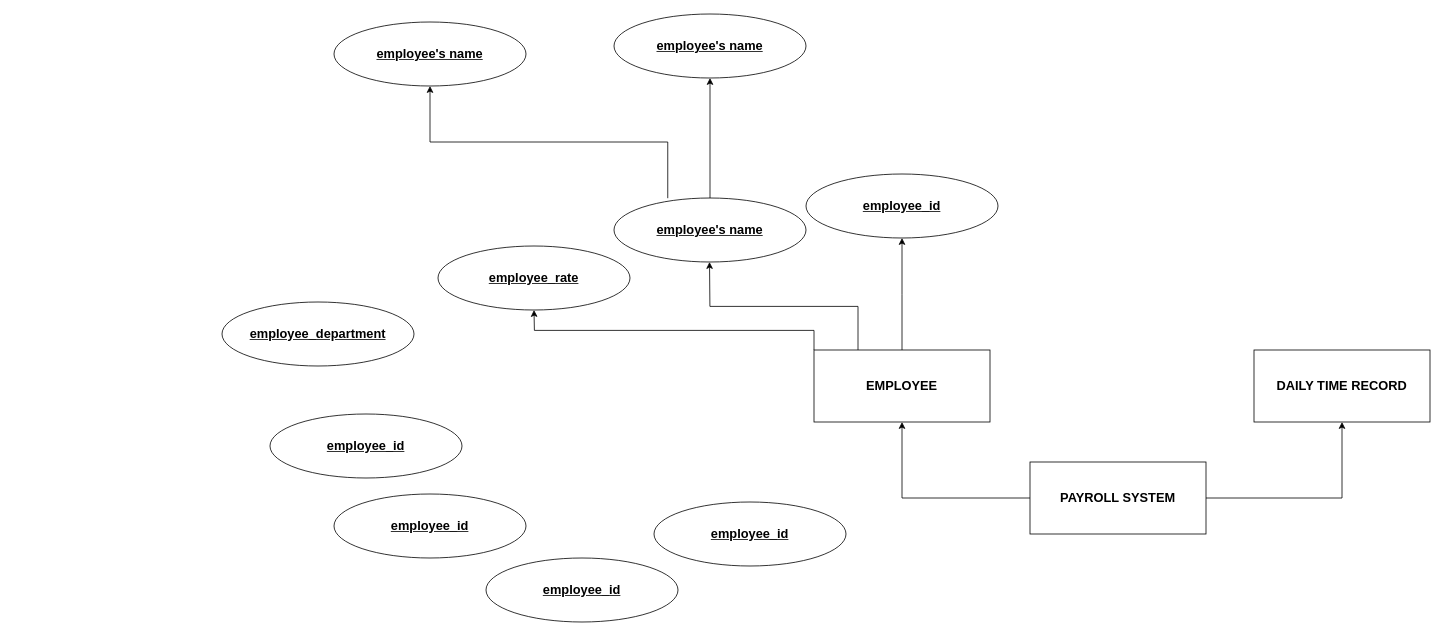
Above: ERD.drawio in Sudaishii/Sys_Flowchart (draw.io), before the change. Source tidied: cells renumbered, new cells numbered last; positions are measured from the earlier drawing's top-left corner, leaving out a move shared by most shapes. Both pictures are drawn from the tidied source at 80%, with x=0, y=0 at pixel (222, 14).
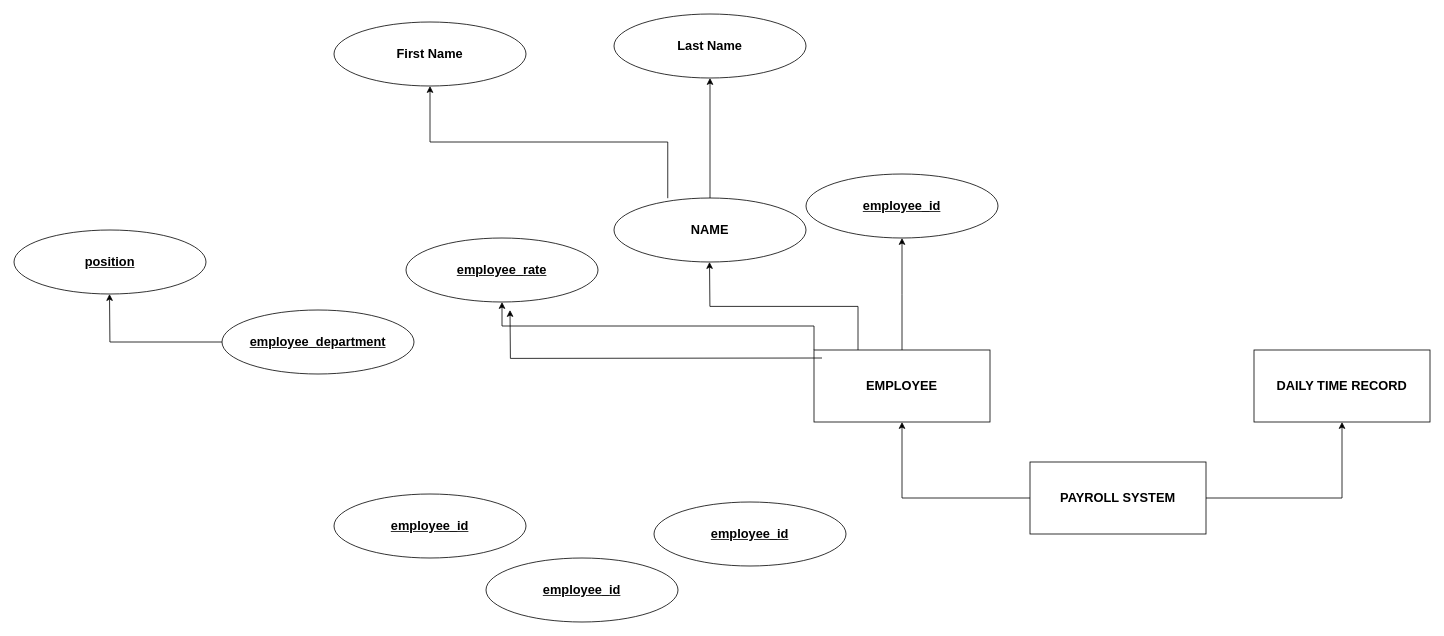
Above is the later version.

The change refers to these unchanged cells:
```xml
<mxCell id="5" value="&lt;font style=&quot;font-size: 16px;&quot;&gt;&lt;b&gt;EMPLOYEE&lt;/b&gt;&lt;/font&gt;" style="whiteSpace=wrap;html=1;align=center;" parent="1" vertex="1">
  <mxGeometry x="740" y="420" width="220" height="90" as="geometry" />
</mxCell>
```

Change to the diagram source:
```diff
@@
-    <mxCell id="9" value="&lt;font style=&quot;font-size: 16px;&quot;&gt;&lt;b&gt;&lt;u&gt;employee's name&lt;/u&gt;&lt;/b&gt;&lt;/font&gt;" style="ellipse;whiteSpace=wrap;html=1;align=center;" parent="1" vertex="1">
+    <mxCell id="9" value="&lt;font style=&quot;font-size: 16px;&quot;&gt;&lt;b&gt;NAME&lt;/b&gt;&lt;/font&gt;" style="ellipse;whiteSpace=wrap;html=1;align=center;" parent="1" vertex="1">
       <mxGeometry x="490" y="230" width="240" height="80" as="geometry" />
     </mxCell>
     <mxCell id="10" value="&lt;font style=&quot;font-size: 16px;&quot;&gt;&lt;b&gt;&lt;u&gt;employee_rate&lt;/u&gt;&lt;/b&gt;&lt;/font&gt;" style="ellipse;whiteSpace=wrap;html=1;align=center;" parent="1" vertex="1">
-      <mxGeometry x="270" y="290" width="240" height="80" as="geometry" />
+      <mxGeometry x="230" y="280" width="240" height="80" as="geometry" />
     </mxCell>
     <mxCell id="11" value="&lt;font style=&quot;font-size: 16px;&quot;&gt;&lt;b&gt;&lt;u&gt;employee_department&lt;/u&gt;&lt;/b&gt;&lt;/font&gt;" style="ellipse;whiteSpace=wrap;html=1;align=center;" parent="1" vertex="1">
-      <mxGeometry y="360" width="240" height="80" as="geometry" />
+      <mxGeometry y="370" width="240" height="80" as="geometry" />
     </mxCell>
-    <mxCell id="12" value="&lt;font style=&quot;font-size: 16px;&quot;&gt;&lt;b&gt;&lt;u&gt;employee_id&lt;/u&gt;&lt;/b&gt;&lt;/font&gt;" style="ellipse;whiteSpace=wrap;html=1;align=center;" parent="1" vertex="1">
-      <mxGeometry x="60" y="500" width="240" height="80" as="geometry" />
+    <mxCell id="12" value="&lt;font style=&quot;font-size: 16px;&quot;&gt;&lt;b&gt;&lt;u&gt;position&lt;/u&gt;&lt;/b&gt;&lt;/font&gt;" style="ellipse;whiteSpace=wrap;html=1;align=center;" parent="1" vertex="1">
+      <mxGeometry x="-260" y="270" width="240" height="80" as="geometry" />
     </mxCell>
@@
-    <mxCell id="17" value="&lt;font style=&quot;font-size: 16px;&quot;&gt;&lt;b&gt;&lt;u&gt;employee's name&lt;/u&gt;&lt;/b&gt;&lt;/font&gt;" style="ellipse;whiteSpace=wrap;html=1;align=center;" parent="1" vertex="1">
+    <mxCell id="17" value="&lt;font style=&quot;font-size: 16px;&quot;&gt;&lt;b&gt;First Name&lt;/b&gt;&lt;/font&gt;" style="ellipse;whiteSpace=wrap;html=1;align=center;" parent="1" vertex="1">
       <mxGeometry x="140" y="10" width="240" height="80" as="geometry" />
     </mxCell>
-    <mxCell id="18" value="&lt;font style=&quot;font-size: 16px;&quot;&gt;&lt;b&gt;&lt;u&gt;employee's name&lt;/u&gt;&lt;/b&gt;&lt;/font&gt;" style="ellipse;whiteSpace=wrap;html=1;align=center;" parent="1" vertex="1">
+    <mxCell id="18" value="&lt;font style=&quot;font-size: 16px;&quot;&gt;&lt;b&gt;Last Name&lt;/b&gt;&lt;/font&gt;" style="ellipse;whiteSpace=wrap;html=1;align=center;" parent="1" vertex="1">
       <mxGeometry x="490" width="240" height="80" as="geometry" />
     </mxCell>
@@
-    <mxCell id="21" style="edgeStyle=orthogonalEdgeStyle;rounded=0;jettySize=auto;html=1;exitX=0;exitY=0;exitDx=0;exitDy=0;" parent="1" edge="1" source="5">
-      <mxGeometry relative="1" as="geometry">
-        <mxPoint x="390" y="370" as="targetPoint" />
-      </mxGeometry>
+    <mxCell id="21" style="edgeStyle=orthogonalEdgeStyle;rounded=0;jettySize=auto;html=1;exitX=0;exitY=0;exitDx=0;exitDy=0;entryX=0.5;entryY=1;entryDx=0;entryDy=0;" parent="1" edge="1" source="5" target="10">
+      <mxGeometry relative="1" as="geometry" />
     </mxCell>
+    <mxCell id="22" style="edgeStyle=orthogonalEdgeStyle;rounded=0;jettySize=auto;html=1;exitX=0;exitY=0.5;exitDx=0;exitDy=0;entryX=0.5;entryY=1;entryDx=0;entryDy=0;" parent="1" edge="1" source="11">
+      <mxGeometry relative="1" as="geometry">
+        <mxPoint x="-140.6" y="350" as="targetPoint" />
+      </mxGeometry>
+    </mxCell>
+    <mxCell id="23" style="edgeStyle=orthogonalEdgeStyle;rounded=0;orthogonalLoop=1;jettySize=auto;html=1;exitX=0;exitY=0;exitDx=0;exitDy=0;entryX=0.5;entryY=1;entryDx=0;entryDy=0;" parent="1" edge="1">
+      <mxGeometry relative="1" as="geometry">
+        <mxPoint x="750" y="430" as="sourcePoint" />
+        <mxPoint x="360" y="370" as="targetPoint" />
+      </mxGeometry>
+    </mxCell>
```
